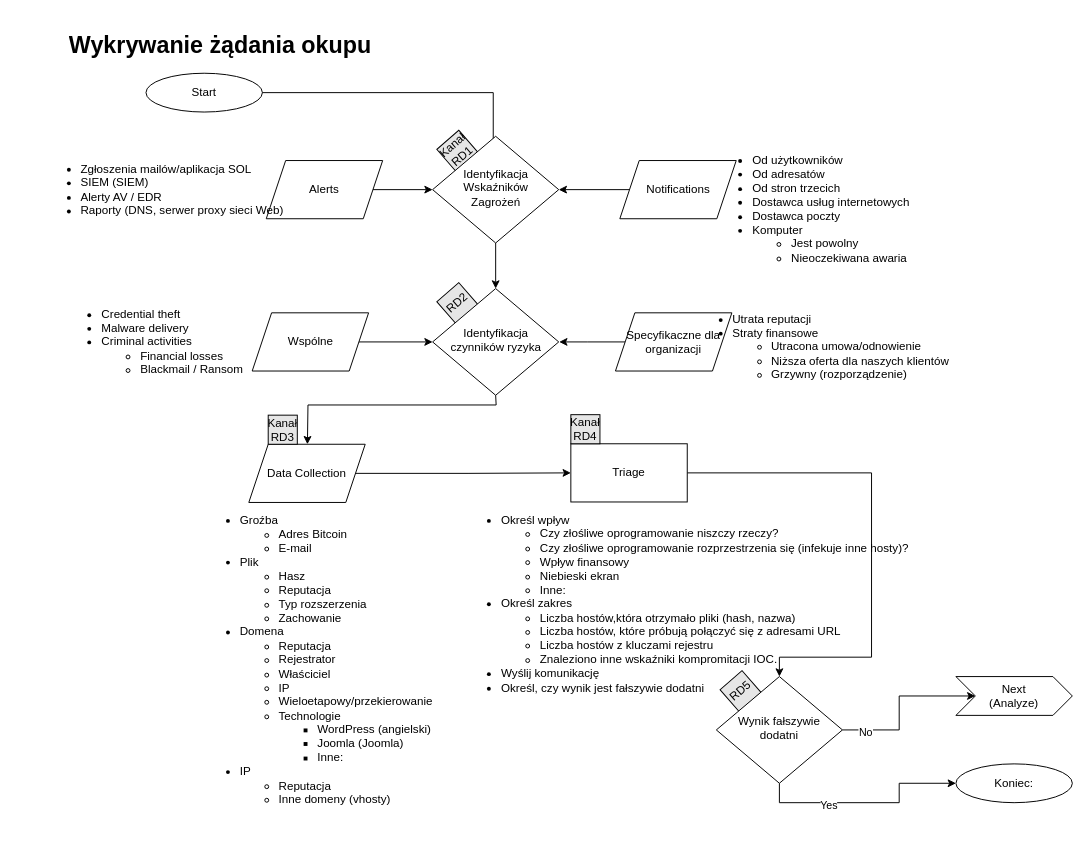
This is page "Detect" (1 of 5) of IRP-Ransom/Workflows/Ransom-Workflow.drawio from amigasz/Playbooks, a draw.io file, before an edit. Source tidied: cells renumbered, new cells numbered last; positions are measured from the earlier drawing's top-left corner, leaving out a move shared by most shapes. Both pictures are drawn from the tidied source at 97%, with x=0, y=0 at pixel (31, 26).
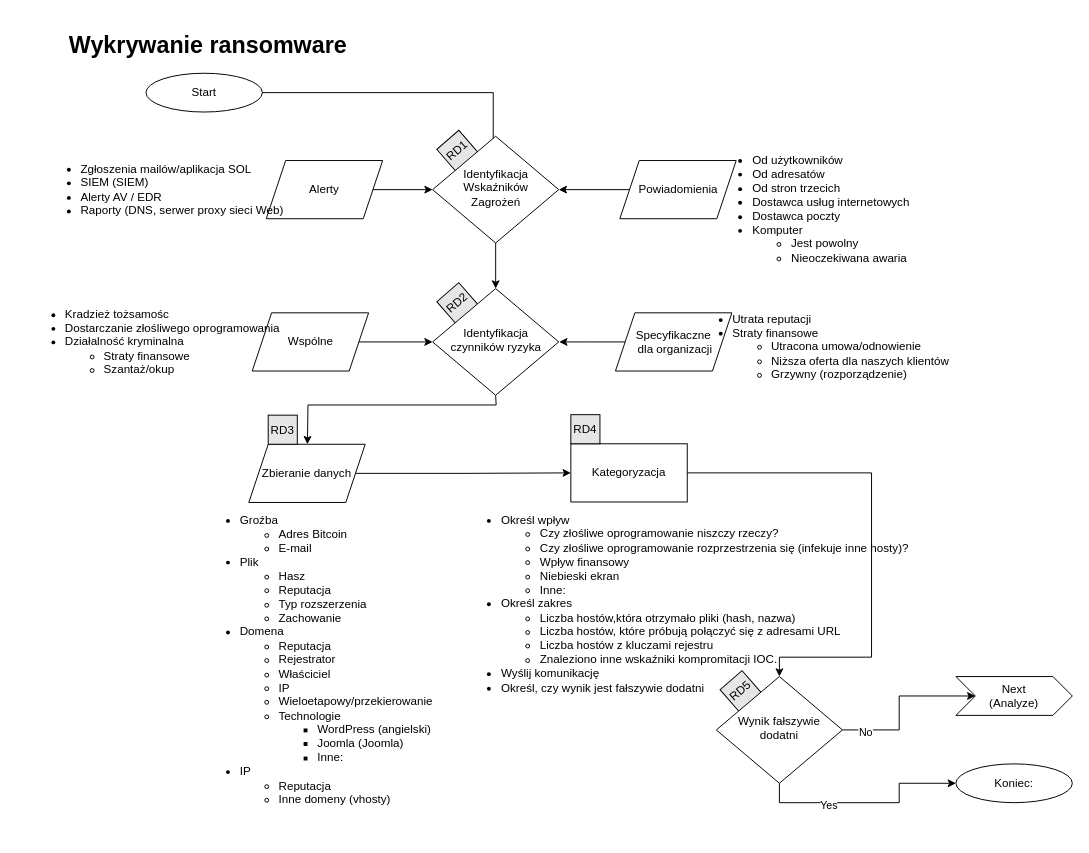
The same page after the edit.

Diff of the diagram source:
```diff
@@
-    <mxCell id="5" value=" Kanał RD1" style="whiteSpace=wrap;html=1;fillColor=#E6E6E6;rotation=319;" parent="1" vertex="1">
+    <mxCell id="5" value="RD1" style="whiteSpace=wrap;html=1;fillColor=#E6E6E6;rotation=319;" parent="1" vertex="1">
       <mxGeometry x="424" y="113" width="30" height="30" as="geometry" />
     </mxCell>
@@
-    <mxCell id="9" value="Alerts" style="shape=parallelogram;perimeter=parallelogramPerimeter;whiteSpace=wrap;html=1;fixedSize=1;" parent="1" vertex="1">
+    <mxCell id="9" value="Alerty" style="shape=parallelogram;perimeter=parallelogramPerimeter;whiteSpace=wrap;html=1;fixedSize=1;" parent="1" vertex="1">
       <mxGeometry x="242" y="138" width="120" height="60" as="geometry" />
     </mxCell>
@@
-    <mxCell id="11" value="Notifications" style="shape=parallelogram;perimeter=parallelogramPerimeter;whiteSpace=wrap;html=1;fixedSize=1;" parent="1" vertex="1">
+    <mxCell id="11" value="Powiadomienia" style="shape=parallelogram;perimeter=parallelogramPerimeter;whiteSpace=wrap;html=1;fixedSize=1;" parent="1" vertex="1">
       <mxGeometry x="606.5" y="138" width="120" height="60" as="geometry" />
     </mxCell>
@@
-    <mxCell id="16" value="Specyfikaczne dla organizacji" style="shape=parallelogram;perimeter=parallelogramPerimeter;whiteSpace=wrap;html=1;fixedSize=1;" parent="1" vertex="1">
+    <mxCell id="16" value="Specyfikaczne&lt;div&gt;&amp;nbsp;dla organizacji&lt;/div&gt;" style="shape=parallelogram;perimeter=parallelogramPerimeter;whiteSpace=wrap;html=1;fixedSize=1;" parent="1" vertex="1">
       <mxGeometry x="602" y="295" width="120" height="60" as="geometry" />
     </mxCell>
@@
-    <mxCell id="18" value="Data Collection" style="shape=parallelogram;perimeter=parallelogramPerimeter;whiteSpace=wrap;html=1;fixedSize=1;" parent="1" vertex="1">
+    <mxCell id="18" value="Zbieranie danych" style="shape=parallelogram;perimeter=parallelogramPerimeter;whiteSpace=wrap;html=1;fixedSize=1;" parent="1" vertex="1">
       <mxGeometry x="224" y="430.5" width="120" height="60" as="geometry" />
     </mxCell>
@@
-    <mxCell id="20" value="Triage" style="whiteSpace=wrap;html=1;" parent="1" vertex="1">
+    <mxCell id="20" value="Kategoryzacja" style="whiteSpace=wrap;html=1;" parent="1" vertex="1">
       <mxGeometry x="556" y="430" width="120" height="60" as="geometry" />
     </mxCell>
-    <mxCell id="21" value="&lt;h1&gt;&lt;font&gt;Wykrywanie żądania okupu&lt;/font&gt;&lt;br&gt;&lt;/h1&gt;" style="text;html=1;strokeColor=none;fillColor=none;spacing=5;spacingTop=-20;whiteSpace=wrap;overflow=hidden;rounded=0;" parent="1" vertex="1">
+    <mxCell id="21" value="&lt;h1&gt;&lt;font&gt;Wykrywanie ransomware&lt;/font&gt;&lt;br&gt;&lt;/h1&gt;" style="text;html=1;strokeColor=none;fillColor=none;spacing=5;spacingTop=-20;whiteSpace=wrap;overflow=hidden;rounded=0;" parent="1" vertex="1">
       <mxGeometry x="34" width="400" height="40" as="geometry" />
     </mxCell>
@@
-    <mxCell id="25" value="&lt;div align=&quot;left&quot;&gt;&lt;ul&gt;&lt;li&gt;Credential theft&lt;br&gt;&lt;/li&gt;&lt;li&gt;Malware delivery&lt;br&gt;&lt;/li&gt;&lt;li&gt;Criminal activities&lt;br&gt;&lt;/li&gt;&lt;ul&gt;&lt;li&gt;Financial losses &lt;br&gt;&lt;/li&gt;&lt;li&gt;Blackmail / Ransom&lt;br&gt;&lt;/li&gt;&lt;/ul&gt;&lt;/ul&gt;&lt;/div&gt;" style="text;html=1;align=center;verticalAlign=middle;fillColor=none;strokeColor=none;rounded=0;" parent="1" vertex="1">
-      <mxGeometry x="25" y="275" width="200" height="100" as="geometry" />
+    <mxCell id="25" value="&lt;div align=&quot;left&quot;&gt;&lt;ul&gt;&lt;li&gt;&lt;font&gt;Kradzież tożsamośc&lt;/font&gt;&lt;br&gt;&lt;/li&gt;&lt;li&gt;&lt;font&gt;Dostarczanie złośliwego oprogramowania&lt;/font&gt;&lt;br&gt;&lt;/li&gt;&lt;li&gt;Działalność kryminalna&lt;/li&gt;&lt;ul&gt;&lt;li&gt;Straty finansowe&lt;/li&gt;&lt;li&gt;Szantaż/okup&lt;/li&gt;&lt;/ul&gt;&lt;/ul&gt;&lt;/div&gt;" style="text;html=1;align=center;verticalAlign=middle;fillColor=none;strokeColor=none;rounded=0;" parent="1" vertex="1">
+      <mxGeometry x="-15" y="270" width="280" height="110" as="geometry" />
     </mxCell>
@@
-    <mxCell id="39" value="Kanał RD4" style="whiteSpace=wrap;html=1;fillColor=#E6E6E6;rotation=0;" parent="1" vertex="1">
+    <mxCell id="39" value="RD4" style="whiteSpace=wrap;html=1;fillColor=#E6E6E6;rotation=0;" parent="1" vertex="1">
       <mxGeometry x="556" y="400" width="30" height="30" as="geometry" />
     </mxCell>
-    <mxCell id="40" value="Kanał RD3" style="whiteSpace=wrap;html=1;fillColor=#E6E6E6;rotation=0;" parent="1" vertex="1">
+    <mxCell id="40" value="RD3" style="whiteSpace=wrap;html=1;fillColor=#E6E6E6;rotation=0;" parent="1" vertex="1">
       <mxGeometry x="244" y="400.5" width="30" height="30" as="geometry" />
     </mxCell>
```
